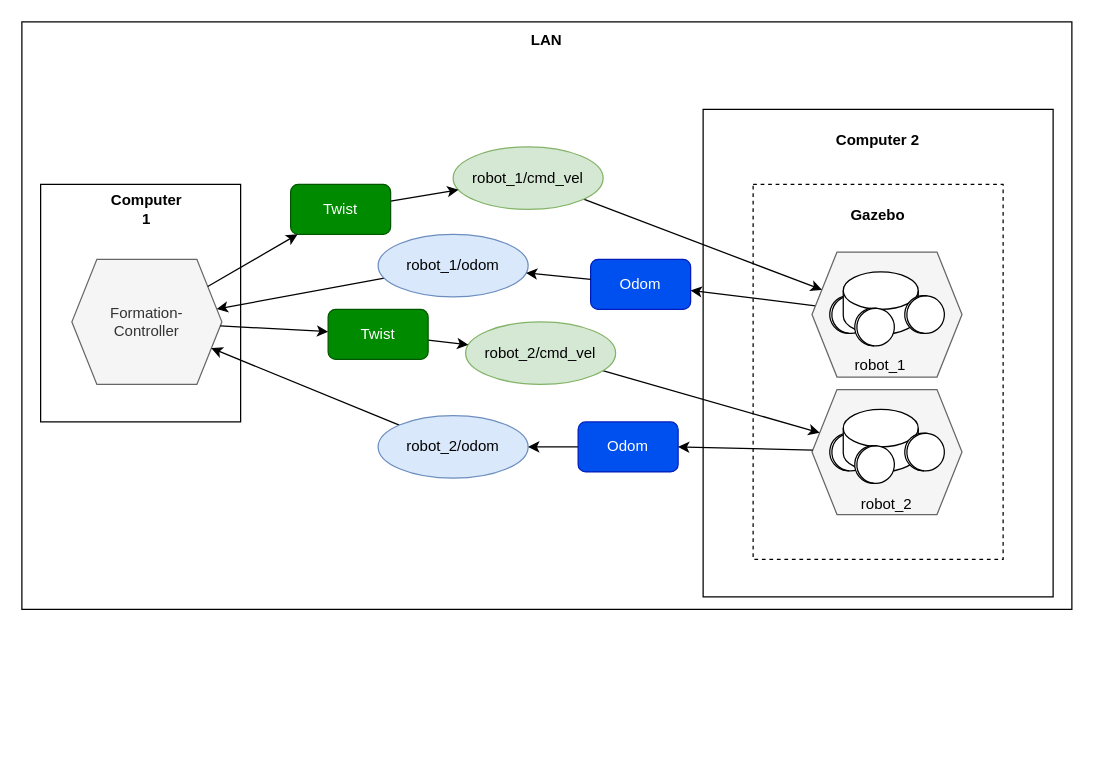
Before: diagrams/ros_gazebo.drawio in MariiaPoliakovaa/RobotFormations, a draw.io diagram. Source tidied: cells renumbered, new cells numbered last; positions are measured from the earlier drawing's top-left corner, leaving out a move shared by most shapes. Both pictures are drawn from the tidied source at 125%, with x=0, y=0 at pixel (21, 21).
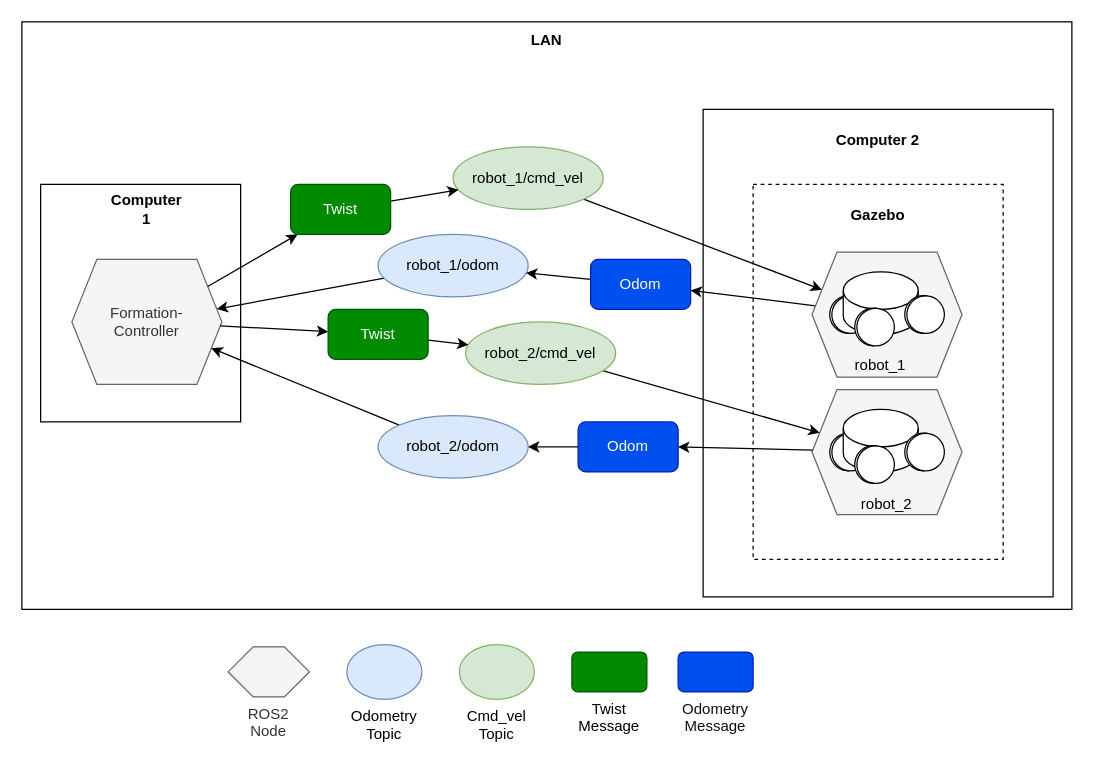
Above is the later version.

The edit, as a diff of the source:
```diff
@@
+    <mxCell id="47" value="ROS2 Node" style="shape=hexagon;perimeter=hexagonPerimeter2;whiteSpace=wrap;html=1;fixedSize=1;fillColor=#f5f5f5;fontColor=#333333;strokeColor=#666666;labelPosition=center;verticalLabelPosition=bottom;align=center;verticalAlign=top;" parent="1" vertex="1">
+      <mxGeometry x="165" y="500" width="65" height="40" as="geometry" />
+    </mxCell>
+    <mxCell id="48" value="Odometry Topic" style="ellipse;whiteSpace=wrap;html=1;fillColor=#dae8fc;strokeColor=#6c8ebf;labelPosition=center;verticalLabelPosition=bottom;align=center;verticalAlign=top;" parent="1" vertex="1">
+      <mxGeometry x="260" y="498.1" width="60" height="43.8" as="geometry" />
+    </mxCell>
+    <mxCell id="49" value="Cmd_vel&lt;br&gt;Topic" style="ellipse;whiteSpace=wrap;html=1;fillColor=#d5e8d4;strokeColor=#82b366;labelPosition=center;verticalLabelPosition=bottom;align=center;verticalAlign=top;" parent="1" vertex="1">
+      <mxGeometry x="350" y="498.1" width="60" height="43.8" as="geometry" />
+    </mxCell>
+    <mxCell id="50" value="Twist&lt;br&gt;Message" style="rounded=1;whiteSpace=wrap;html=1;fillColor=#008a00;fontColor=default;strokeColor=#005700;labelPosition=center;verticalLabelPosition=bottom;align=center;verticalAlign=top;" parent="1" vertex="1">
+      <mxGeometry x="440" y="504.1" width="60" height="31.9" as="geometry" />
+    </mxCell>
+    <mxCell id="51" value="Odometry&lt;br&gt;Message" style="rounded=1;whiteSpace=wrap;html=1;fillColor=#0050ef;fontColor=#0F0F0F;strokeColor=#001DBC;labelPosition=center;verticalLabelPosition=bottom;align=center;verticalAlign=top;" parent="1" vertex="1">
+      <mxGeometry x="525" y="504.1" width="60" height="31.9" as="geometry" />
+    </mxCell>
```
